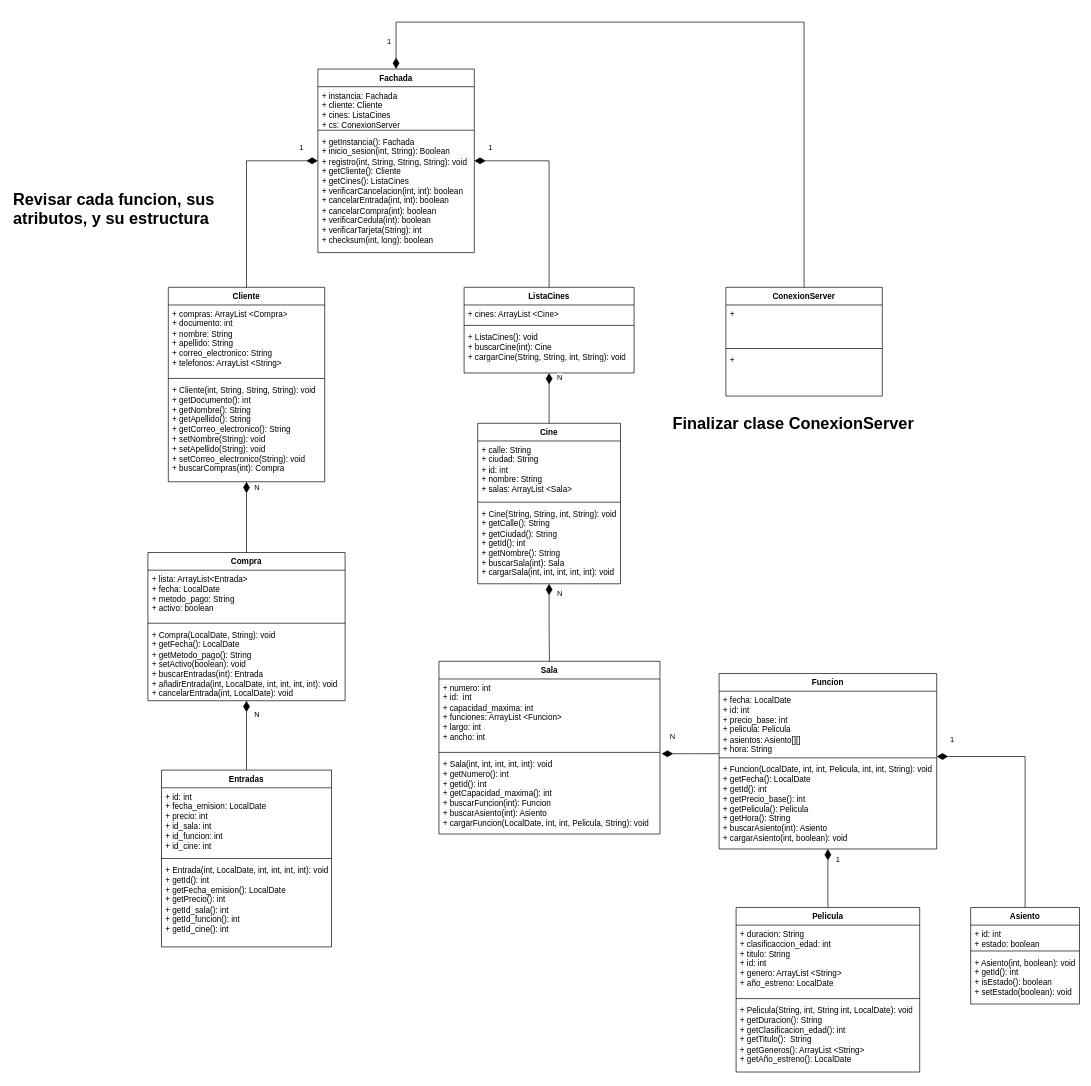
Before: Proyecto_UML.drawio in nXD643/Projecto-Final-Cine, a draw.io diagram. Source tidied: cells renumbered, new cells numbered last; positions are measured from the earlier drawing's top-left corner, leaving out a move shared by most shapes. Both pictures are drawn from the tidied source at 68%, with x=0, y=0 at pixel (12, 22).
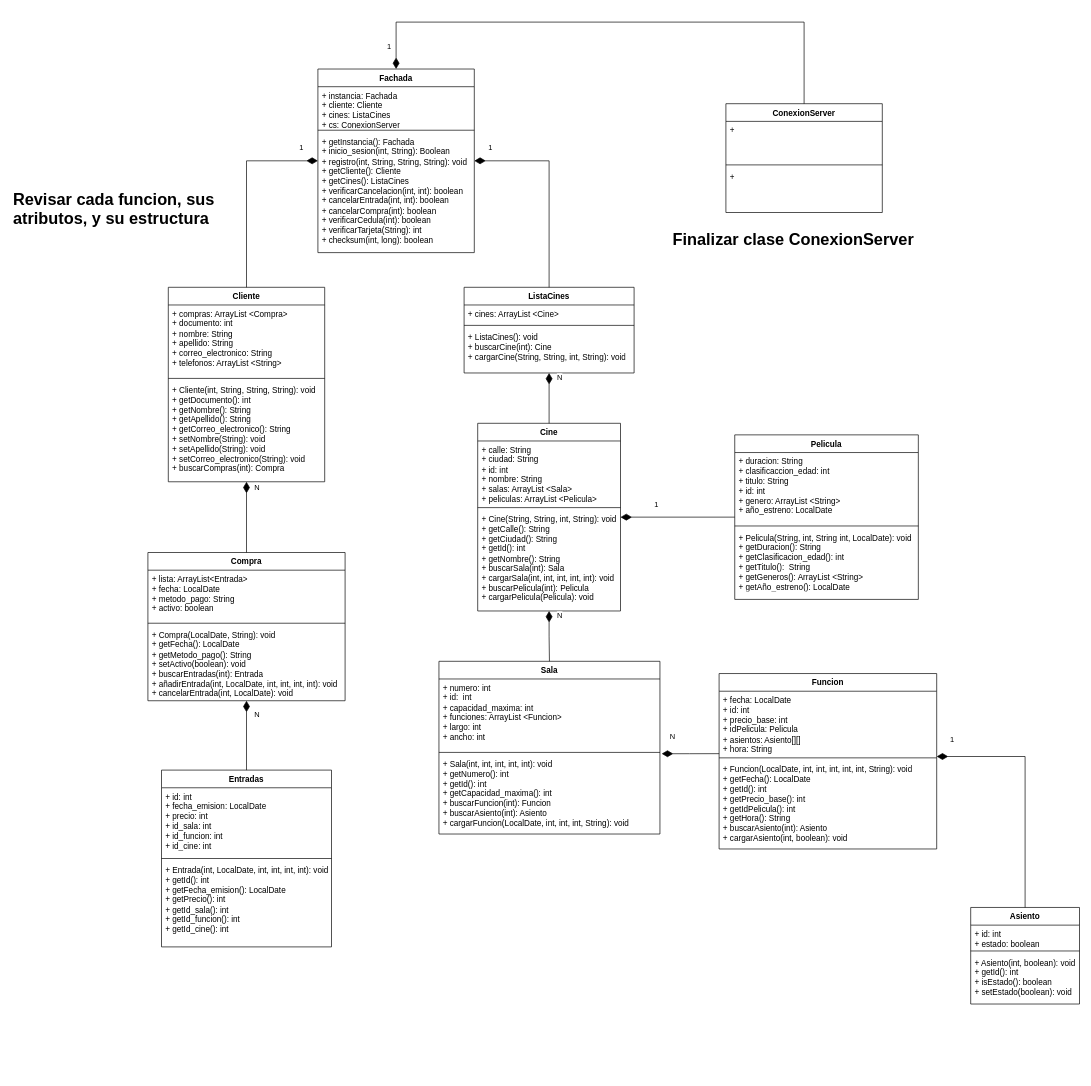
After the change.

Commit message (it also covers changes not shown here):
Se modifica la estuctura del UML

Unchanged cells that the change refers to:
```xml
<mxCell id="14" value="Sala" style="swimlane;fontStyle=1;align=center;verticalAlign=top;horizontal=1;startSize=26;whiteSpace=wrap;html=1;" parent="1" vertex="1">
  <mxGeometry x="628" y="940" width="325" height="254" as="geometry" />
</mxCell>
<mxCell id="18" value="Funcion" style="swimlane;fontStyle=1;align=center;verticalAlign=top;horizontal=1;startSize=26;whiteSpace=wrap;html=1;" parent="1" vertex="1">
  <mxGeometry x="1040" y="958" width="320" height="258" as="geometry" />
</mxCell>
```

Change to the diagram source:
```diff
@@
     <mxCell id="10" value="Cine" style="swimlane;fontStyle=1;align=center;verticalAlign=top;horizontal=1;startSize=26;whiteSpace=wrap;html=1;" parent="1" vertex="1">
-      <mxGeometry x="685" y="590" width="210" height="236" as="geometry" />
+      <mxGeometry x="685" y="590" width="210" height="276" as="geometry" />
     </mxCell>
-    <mxCell id="11" value="+ calle: String&lt;div&gt;+ ciudad: String&lt;/div&gt;&lt;div&gt;+ id: int&lt;/div&gt;&lt;div&gt;+ nombre: String&lt;/div&gt;&lt;div&gt;+ salas: ArrayList &amp;lt;Sala&amp;gt;&lt;/div&gt;" style="text;strokeColor=none;fillColor=none;align=left;verticalAlign=top;spacingLeft=4;spacingRight=4;overflow=hidden;whiteSpace=wrap;html=1;" parent="10" vertex="1">
-      <mxGeometry y="26" width="210" height="86" as="geometry" />
+    <mxCell id="11" value="+ calle: String&lt;div&gt;+ ciudad: String&lt;/div&gt;&lt;div&gt;+ id: int&lt;/div&gt;&lt;div&gt;+ nombre: String&lt;/div&gt;&lt;div&gt;+ salas: ArrayList &amp;lt;Sala&amp;gt;&lt;/div&gt;&lt;div&gt;+&amp;nbsp;&lt;span style=&quot;background-color: transparent; color: light-dark(rgb(0, 0, 0), rgb(255, 255, 255));&quot;&gt;peliculas: ArrayList &amp;lt;Pelicula&amp;gt;&lt;/span&gt;&lt;/div&gt;" style="text;strokeColor=none;fillColor=none;align=left;verticalAlign=top;spacingLeft=4;spacingRight=4;overflow=hidden;whiteSpace=wrap;html=1;" parent="10" vertex="1">
+      <mxGeometry y="26" width="210" height="94" as="geometry" />
     </mxCell>
     <mxCell id="12" style="line;strokeWidth=1;fillColor=none;align=left;verticalAlign=middle;spacingTop=-1;spacingLeft=3;spacingRight=3;labelPosition=right;strokeColor=inherit;" parent="10" vertex="1">
-      <mxGeometry y="112" width="210" height="8" as="geometry" />
+      <mxGeometry y="120" width="210" height="8" as="geometry" />
     </mxCell>
-    <mxCell id="13" value="+ Cine(String, String, int, String): void&lt;div&gt;+ getCalle(): String&lt;/div&gt;&lt;div&gt;+ getCiudad(): String&lt;/div&gt;&lt;div&gt;+ getId(): int&lt;/div&gt;&lt;div&gt;+ getNombre(): String&lt;/div&gt;&lt;div&gt;+ buscarSala(int): Sala&lt;/div&gt;&lt;div&gt;+ cargarSala(int, int, int, int, int): void&lt;/div&gt;" style="text;strokeColor=none;fillColor=none;align=left;verticalAlign=top;spacingLeft=4;spacingRight=4;overflow=hidden;whiteSpace=wrap;html=1;" parent="10" vertex="1">
-      <mxGeometry y="120" width="210" height="116" as="geometry" />
+    <mxCell id="13" value="+ Cine(String, String, int, String): void&lt;div&gt;+ getCalle(): String&lt;/div&gt;&lt;div&gt;+ getCiudad(): String&lt;/div&gt;&lt;div&gt;+ getId(): int&lt;/div&gt;&lt;div&gt;+ getNombre(): String&lt;/div&gt;&lt;div&gt;+ buscarSala(int): Sala&lt;/div&gt;&lt;div&gt;+ cargarSala(int, int, int, int, int): void&lt;/div&gt;&lt;div&gt;&lt;div&gt;+ buscarPelicula(int): Pelicula&lt;/div&gt;&lt;div&gt;+ cargarPelicula(Pelicula): void&lt;/div&gt;&lt;/div&gt;" style="text;strokeColor=none;fillColor=none;align=left;verticalAlign=top;spacingLeft=4;spacingRight=4;overflow=hidden;whiteSpace=wrap;html=1;" parent="10" vertex="1">
+      <mxGeometry y="128" width="210" height="148" as="geometry" />
     </mxCell>
@@
-    <mxCell id="17" value="+ Sala(int, int, int, int, int): void&lt;div&gt;+ getNumero(): int&lt;/div&gt;&lt;div&gt;+ getId(): int&lt;/div&gt;&lt;div&gt;+ getCapacidad_maxima(): int&lt;/div&gt;&lt;div&gt;+ buscarFuncion(int): Funcion&lt;/div&gt;&lt;div&gt;+ buscarAsiento(int): Asiento&lt;/div&gt;&lt;div&gt;+ cargarFuncion(LocalDate, int, int, Pelicula, String): void&lt;/div&gt;" style="text;strokeColor=none;fillColor=none;align=left;verticalAlign=top;spacingLeft=4;spacingRight=4;overflow=hidden;points=[[0,0.5],[1,0.5]];portConstraint=eastwest;whiteSpace=wrap;html=1;" parent="14" vertex="1">
+    <mxCell id="17" value="+ Sala(int, int, int, int, int): void&lt;div&gt;+ getNumero(): int&lt;/div&gt;&lt;div&gt;+ getId(): int&lt;/div&gt;&lt;div&gt;+ getCapacidad_maxima(): int&lt;/div&gt;&lt;div&gt;+ buscarFuncion(int): Funcion&lt;/div&gt;&lt;div&gt;+ buscarAsiento(int): Asiento&lt;/div&gt;&lt;div&gt;+ cargarFuncion(LocalDate, int, int, int, String): void&lt;/div&gt;" style="text;strokeColor=none;fillColor=none;align=left;verticalAlign=top;spacingLeft=4;spacingRight=4;overflow=hidden;points=[[0,0.5],[1,0.5]];portConstraint=eastwest;whiteSpace=wrap;html=1;" parent="14" vertex="1">
       <mxGeometry y="138" width="325" height="116" as="geometry" />
     </mxCell>
@@
-    <mxCell id="19" value="+ fecha: LocalDate&lt;div&gt;+ id: int&lt;/div&gt;&lt;div&gt;+ precio_base: int&lt;/div&gt;&lt;div&gt;+ pelicula: Pelicula&lt;/div&gt;&lt;div&gt;+ asientos: Asiento[][]&lt;/div&gt;&lt;div&gt;+ hora: String&lt;/div&gt;" style="text;strokeColor=none;fillColor=none;align=left;verticalAlign=top;spacingLeft=4;spacingRight=4;overflow=hidden;points=[[0,0.5],[1,0.5]];portConstraint=eastwest;whiteSpace=wrap;html=1;" parent="18" vertex="1">
+    <mxCell id="19" value="+ fecha: LocalDate&lt;div&gt;+ id: int&lt;/div&gt;&lt;div&gt;+ precio_base: int&lt;/div&gt;&lt;div&gt;+ idPelicula: Pelicula&lt;/div&gt;&lt;div&gt;+ asientos: Asiento[][]&lt;/div&gt;&lt;div&gt;+ hora: String&lt;/div&gt;" style="text;strokeColor=none;fillColor=none;align=left;verticalAlign=top;spacingLeft=4;spacingRight=4;overflow=hidden;points=[[0,0.5],[1,0.5]];portConstraint=eastwest;whiteSpace=wrap;html=1;" parent="18" vertex="1">
       <mxGeometry y="26" width="320" height="94" as="geometry" />
     </mxCell>
@@
-    <mxCell id="21" value="+ Funcion(LocalDate, int, int, Pelicula, int, int, String): void&lt;div&gt;+ getFecha():&amp;nbsp;&lt;span style=&quot;background-color: transparent; color: light-dark(rgb(0, 0, 0), rgb(255, 255, 255));&quot;&gt;LocalDate&lt;/span&gt;&lt;/div&gt;&lt;div&gt;+ getId(): int&lt;/div&gt;&lt;div&gt;+ getPrecio_base(): int&lt;/div&gt;&lt;div&gt;+ getPelicula(): Pelicula&lt;/div&gt;&lt;div&gt;+ getHora(): String&lt;/div&gt;&lt;div&gt;+ buscarAsiento(int): Asiento&lt;/div&gt;&lt;div&gt;+ cargarAsiento(int, boolean): void&lt;/div&gt;" style="text;strokeColor=none;fillColor=none;align=left;verticalAlign=top;spacingLeft=4;spacingRight=4;overflow=hidden;whiteSpace=wrap;html=1;" parent="18" vertex="1">
+    <mxCell id="21" value="+ Funcion(LocalDate, int, int, int, int, int, String): void&lt;div&gt;+ getFecha():&amp;nbsp;&lt;span style=&quot;background-color: transparent; color: light-dark(rgb(0, 0, 0), rgb(255, 255, 255));&quot;&gt;LocalDate&lt;/span&gt;&lt;/div&gt;&lt;div&gt;+ getId(): int&lt;/div&gt;&lt;div&gt;+ getPrecio_base(): int&lt;/div&gt;&lt;div&gt;+ getIdPelicula(): int&lt;/div&gt;&lt;div&gt;+ getHora(): String&lt;/div&gt;&lt;div&gt;+ buscarAsiento(int): Asiento&lt;/div&gt;&lt;div&gt;+ cargarAsiento(int, boolean): void&lt;/div&gt;" style="text;strokeColor=none;fillColor=none;align=left;verticalAlign=top;spacingLeft=4;spacingRight=4;overflow=hidden;whiteSpace=wrap;html=1;" parent="18" vertex="1">
       <mxGeometry y="128" width="320" height="130" as="geometry" />
     </mxCell>
@@
     <mxCell id="26" value="Pelicula" style="swimlane;fontStyle=1;align=center;verticalAlign=top;horizontal=1;startSize=26;whiteSpace=wrap;html=1;" parent="1" vertex="1">
-      <mxGeometry x="1065" y="1302" width="270" height="242" as="geometry" />
+      <mxGeometry x="1063" y="607" width="270" height="242" as="geometry" />
     </mxCell>
@@
-    <mxCell id="50" value="1" style="endArrow=none;html=1;endSize=12;startArrow=diamondThin;startSize=14;startFill=1;edgeStyle=orthogonalEdgeStyle;align=left;verticalAlign=bottom;rounded=0;endFill=0;exitX=0.5;exitY=1;exitDx=0;exitDy=0;" parent="1" edge="1" source="18" target="26">
+    <mxCell id="50" value="1" style="endArrow=none;html=1;endSize=12;startArrow=diamondThin;startSize=14;startFill=1;edgeStyle=orthogonalEdgeStyle;align=left;verticalAlign=bottom;rounded=0;endFill=0;exitX=1;exitY=0.5;exitDx=0;exitDy=0;" parent="1" edge="1" source="10" target="26">
       <mxGeometry x="-0.43" y="10" relative="1" as="geometry" />
     </mxCell>
     <mxCell id="51" value="ConexionServer" style="swimlane;fontStyle=1;align=center;verticalAlign=top;horizontal=1;startSize=26;whiteSpace=wrap;html=1;" parent="1" vertex="1">
-      <mxGeometry x="1050" y="390" width="230" height="160" as="geometry" />
+      <mxGeometry x="1050" y="120" width="230" height="160" as="geometry" />
     </mxCell>
@@
     <mxCell id="57" value="&lt;h1 style=&quot;margin-top: 0px;&quot;&gt;Finalizar clase ConexionServer&lt;/h1&gt;" style="text;html=1;whiteSpace=wrap;overflow=hidden;rounded=0;" parent="1" vertex="1">
-      <mxGeometry x="970" y="570" width="390" height="46" as="geometry" />
+      <mxGeometry x="970" y="300" width="390" height="46" as="geometry" />
     </mxCell>
```
